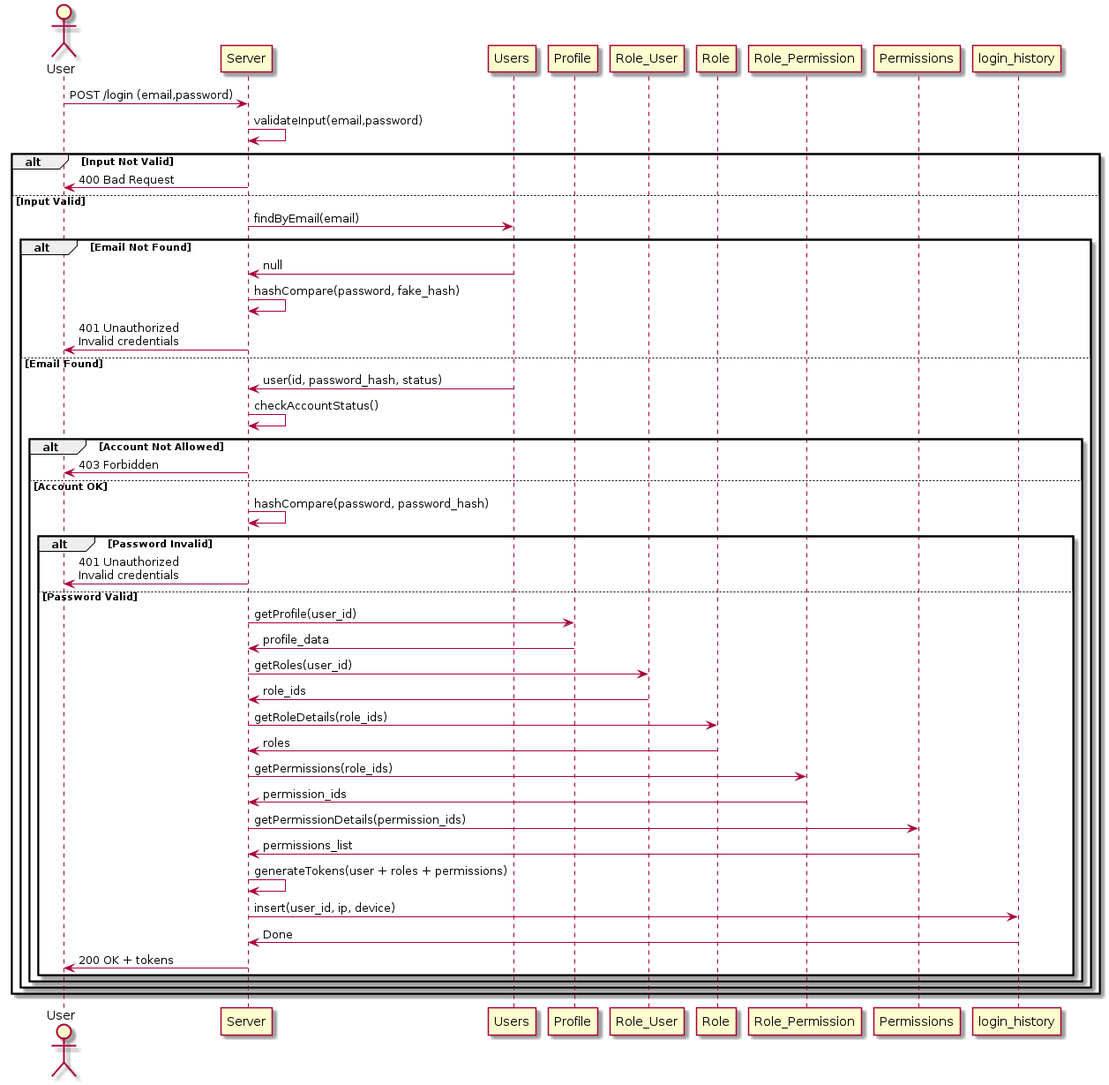
AbdelazizBenallou/Quickattend keeps this PlantUML diagram as Doc_Stu/Diagrams/Sequence/auth/login.png. Above is the earlier version. Its source is kept beside it as Doc_Stu/Diagrams/Sequence/auth/login.puml. Its diagram source:
```plantuml
@startuml
actor User as user

participant "Server" as server
participant "Users" as users
participant "Profile" as profile
participant "Role_User" as role_user
participant "Role" as role
participant "Role_Permission" as role_permission
participant "Permissions" as permissions
participant "login_history" as login_history

user -> server: POST /login (email,password)

server -> server: validateInput(email,password)
alt Input Not Valid
    server -> user: 400 Bad Request
else Input Valid

    server -> users: findByEmail(email)

    alt Email Not Found
        users -> server: null
        server -> server: hashCompare(password, fake_hash)
        server -> user: 401 Unauthorized\nInvalid credentials

    else Email Found

        users -> server: user(id, password_hash, status)

        server -> server: checkAccountStatus()
        alt Account Not Allowed
            server -> user: 403 Forbidden
        else Account OK

            server -> server: hashCompare(password, password_hash)

            alt Password Invalid
                server -> user: 401 Unauthorized\nInvalid credentials

            else Password Valid

                server -> profile: getProfile(user_id)
                profile -> server: profile_data

                server -> role_user: getRoles(user_id)
                role_user -> server: role_ids

                server -> role: getRoleDetails(role_ids)
                role -> server: roles

                server -> role_permission: getPermissions(role_ids)
                role_permission -> server: permission_ids

                server -> permissions: getPermissionDetails(permission_ids)
                permissions -> server: permissions_list

                server -> server: generateTokens(user + roles + permissions)

                server -> login_history: insert(user_id, ip, device)
                login_history -> server: Done

                server -> user: 200 OK + tokens

            end
        end
    end
end
@enduml
```
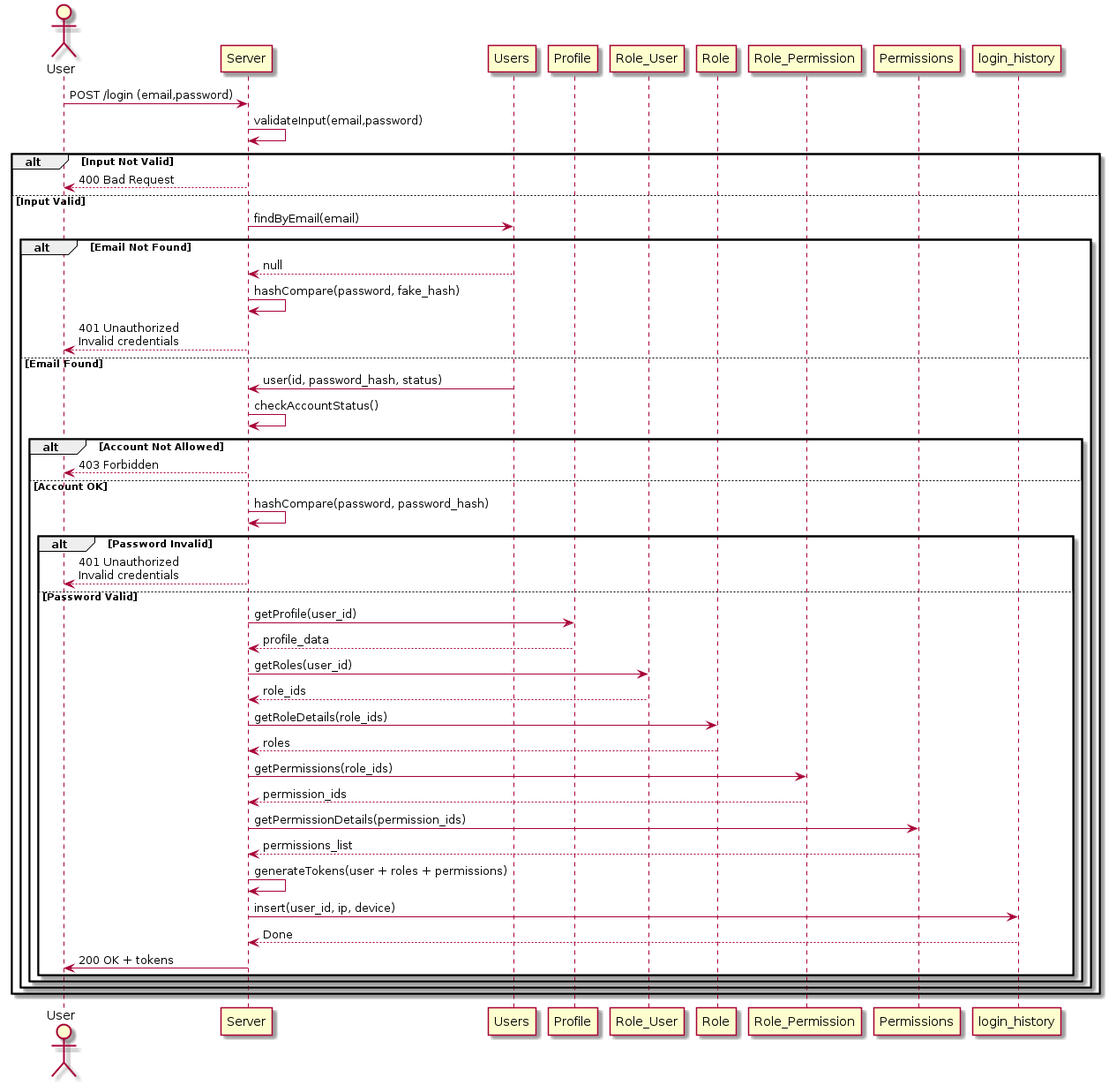
Later version of the same file.

The edit, as a diff of the source:
```diff
@@ -14,15 +14,15 @@
 
 server -> server: validateInput(email,password)
 alt Input Not Valid
-    server -> user: 400 Bad Request
+    server --> user: 400 Bad Request
 else Input Valid
 
     server -> users: findByEmail(email)
 
     alt Email Not Found
-        users -> server: null
+        users --> server: null
         server -> server: hashCompare(password, fake_hash)
-        server -> user: 401 Unauthorized\nInvalid credentials
+        server --> user: 401 Unauthorized\nInvalid credentials
 
     else Email Found
 
@@ -30,35 +30,35 @@
 
         server -> server: checkAccountStatus()
         alt Account Not Allowed
-            server -> user: 403 Forbidden
+            server --> user: 403 Forbidden
         else Account OK
 
             server -> server: hashCompare(password, password_hash)
 
             alt Password Invalid
-                server -> user: 401 Unauthorized\nInvalid credentials
+                server --> user: 401 Unauthorized\nInvalid credentials
 
             else Password Valid
 
                 server -> profile: getProfile(user_id)
-                profile -> server: profile_data
+                profile --> server: profile_data
 
                 server -> role_user: getRoles(user_id)
-                role_user -> server: role_ids
+                role_user --> server: role_ids
 
                 server -> role: getRoleDetails(role_ids)
-                role -> server: roles
+                role --> server: roles
 
                 server -> role_permission: getPermissions(role_ids)
-                role_permission -> server: permission_ids
+                role_permission --> server: permission_ids
 
                 server -> permissions: getPermissionDetails(permission_ids)
-                permissions -> server: permissions_list
+                permissions --> server: permissions_list
 
                 server -> server: generateTokens(user + roles + permissions)
 
                 server -> login_history: insert(user_id, ip, device)
-                login_history -> server: Done
+                login_history --> server: Done
 
                 server -> user: 200 OK + tokens
 
```
